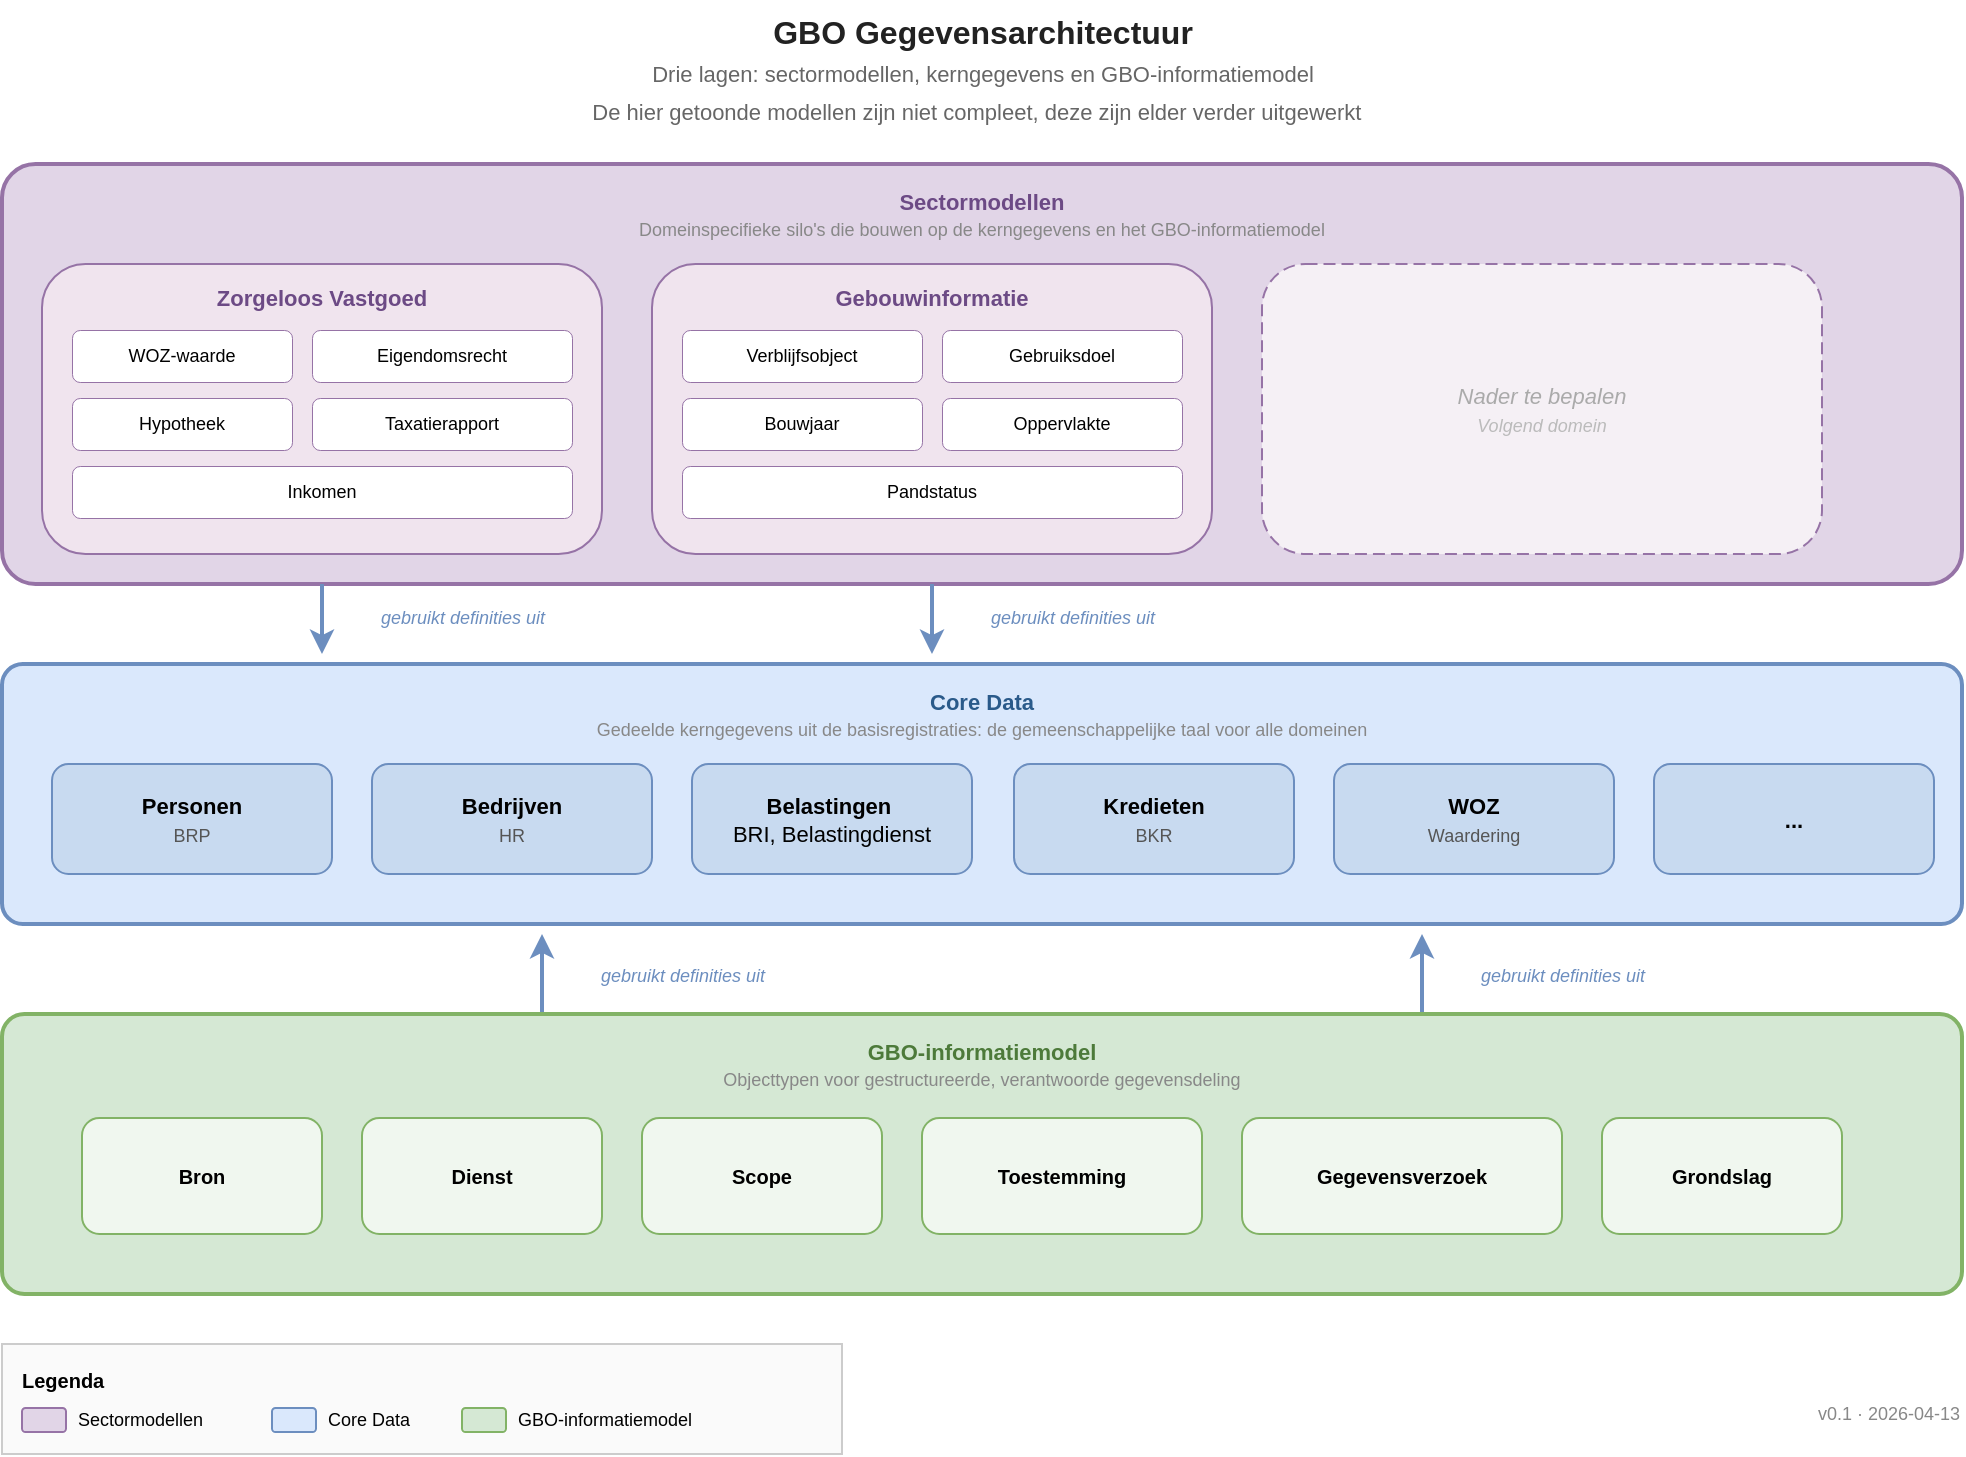
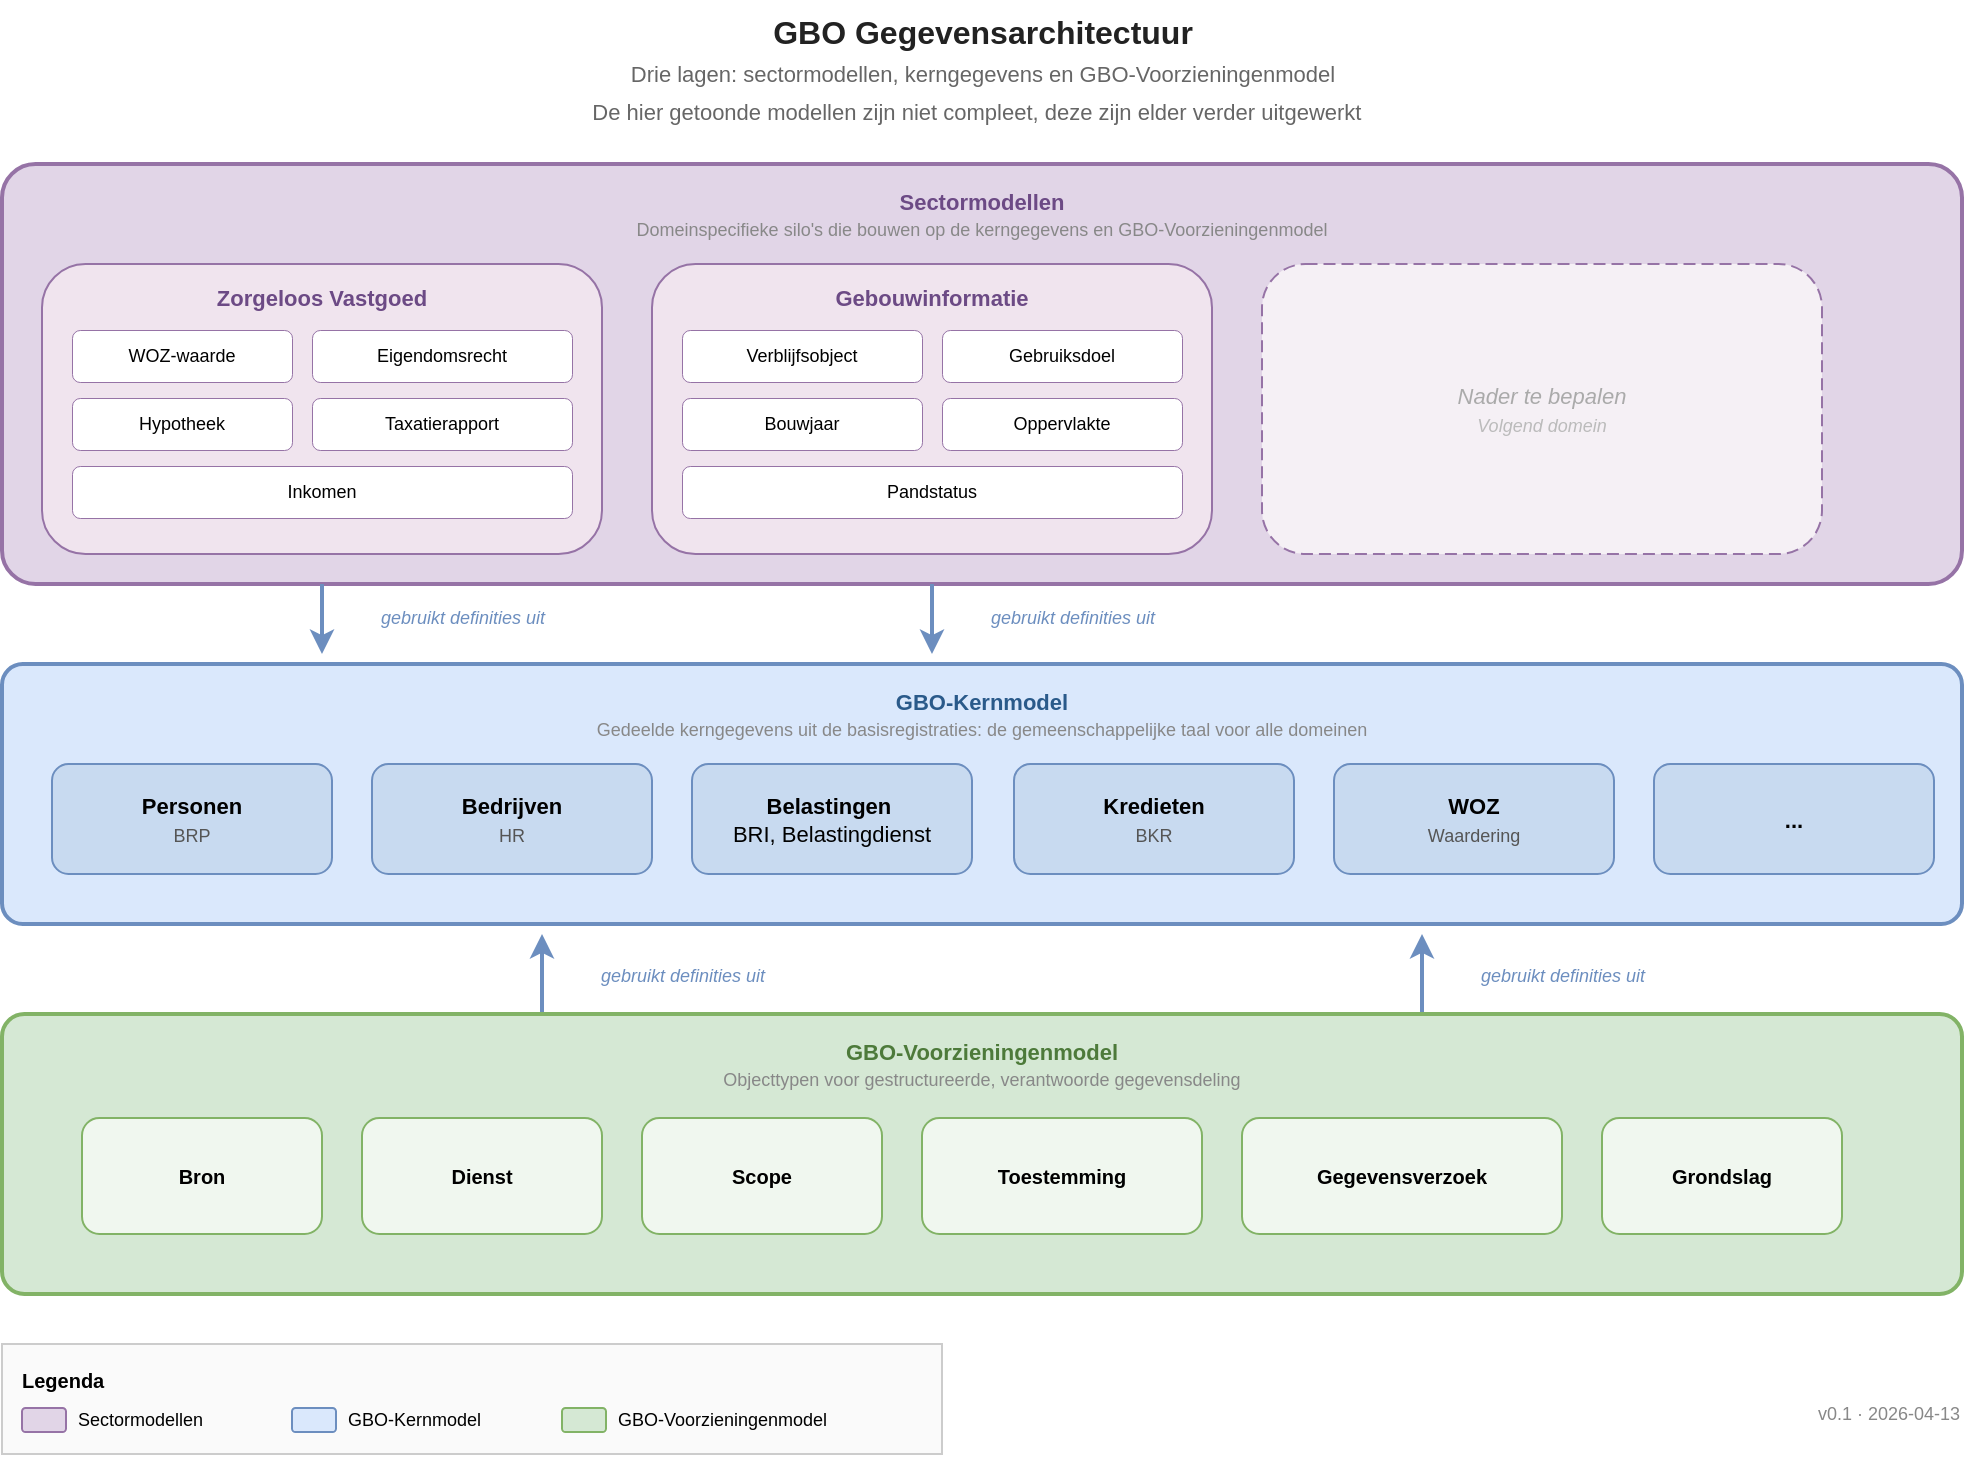
<mxfile host="Electron" agent="Mozilla/5.0 (Macintosh; Intel Mac OS X 10_15_7) AppleWebKit/537.36 (KHTML, like Gecko) draw.io/29.6.6 Chrome/144.0.7559.236 Electron/40.8.4 Safari/537.36">
  <diagram name="Gegevensarchitectuur" id="gbo-gegevensarchitectuur">
    <mxGraphModel dx="1006" dy="777" grid="1" gridSize="10" guides="1" tooltips="1" connect="1" arrows="1" fold="1" page="1" pageScale="1" pageWidth="1100" pageHeight="820" math="0" shadow="0">
      <root>
        <mxCell id="0" />
        <mxCell id="1" parent="0" />
-         <mxCell id="title" parent="1" style="text;html=1;align=center;verticalAlign=middle;resizable=0;points=[];autosize=1;strokeColor=none;fillColor=none;fontSize=16;fontColor=#222222;" value="&lt;b&gt;GBO Gegevensarchitectuur&lt;/b&gt;&lt;br&gt;&lt;font style=&quot;font-size:11px;color:#666&quot;&gt;Drie lagen: sectormodellen, kerngegevens en GBO-informatiemodel&lt;/font&gt;&lt;div&gt;&lt;font style=&quot;font-size:11px;color:#666&quot;&gt;De hier getoonde modellen zijn niet compleet, deze zijn elder verder uitgewerkt&amp;nbsp;&amp;nbsp;&lt;/font&gt;&lt;/div&gt;" vertex="1">
+         <mxCell id="title" parent="1" style="text;html=1;align=center;verticalAlign=middle;resizable=0;points=[];autosize=1;strokeColor=none;fillColor=none;fontSize=16;fontColor=#222222;" value="&lt;b&gt;GBO Gegevensarchitectuur&lt;/b&gt;&lt;br&gt;&lt;font style=&quot;font-size:11px;color:#666&quot;&gt;Drie lagen: sectormodellen, kerngegevens en GBO-Voorzieningenmodel&lt;/font&gt;&lt;div&gt;&lt;font style=&quot;font-size:11px;color:#666&quot;&gt;De hier getoonde modellen zijn niet compleet, deze zijn elder verder uitgewerkt&amp;nbsp;&amp;nbsp;&lt;/font&gt;&lt;/div&gt;" vertex="1">
          <mxGeometry height="70" width="410" x="345" y="11" as="geometry" />
        </mxCell>
-         <mxCell id="layer-sector" parent="1" style="rounded=1;whiteSpace=wrap;html=1;fillColor=#e1d5e7;strokeColor=#9673a6;strokeWidth=2;verticalAlign=top;fontSize=11;fontColor=#6c4a85;align=center;spacingTop=6;arcSize=8;" value="&lt;b&gt;Sectormodellen&lt;/b&gt;&lt;br&gt;&lt;font style=&quot;font-size:9px;color:#888&quot;&gt;Domeinspecifieke silo&#39;s die bouwen op de kerngegevens en het GBO-informatiemodel&lt;/font&gt;" vertex="1">
+         <mxCell id="layer-sector" parent="1" style="rounded=1;whiteSpace=wrap;html=1;fillColor=#e1d5e7;strokeColor=#9673a6;strokeWidth=2;verticalAlign=top;fontSize=11;fontColor=#6c4a85;align=center;spacingTop=6;arcSize=8;" value="&lt;b&gt;Sectormodellen&lt;/b&gt;&lt;br&gt;&lt;font style=&quot;font-size:9px;color:#888&quot;&gt;Domeinspecifieke silo&#39;s die bouwen op de kerngegevens en GBO-Voorzieningenmodel&lt;/font&gt;" vertex="1">
          <mxGeometry height="210" width="980" x="60" y="93" as="geometry" />
        </mxCell>
        <mxCell id="silo-zv" parent="1" style="rounded=1;whiteSpace=wrap;html=1;fillColor=#f0e4ee;strokeColor=#9673a6;strokeWidth=1;verticalAlign=top;fontSize=11;fontColor=#6c4a85;align=center;spacingTop=4;" value="&lt;b&gt;Zorgeloos Vastgoed&lt;/b&gt;" vertex="1">
          <mxGeometry height="145" width="280" x="80" y="143" as="geometry" />
        </mxCell>
        <mxCell id="zv-woz" parent="1" style="rounded=1;whiteSpace=wrap;html=1;fillColor=#ffffff;strokeColor=#9673a6;strokeWidth=0.5;verticalAlign=middle;fontSize=9;" value="WOZ-waarde" vertex="1">
          <mxGeometry height="26" width="110" x="95" y="176" as="geometry" />
        </mxCell>
        <mxCell id="zv-eigendom" parent="1" style="rounded=1;whiteSpace=wrap;html=1;fillColor=#ffffff;strokeColor=#9673a6;strokeWidth=0.5;verticalAlign=middle;fontSize=9;" value="Eigendomsrecht" vertex="1">
          <mxGeometry height="26" width="130" x="215" y="176" as="geometry" />
        </mxCell>
        <mxCell id="zv-hypotheek" parent="1" style="rounded=1;whiteSpace=wrap;html=1;fillColor=#ffffff;strokeColor=#9673a6;strokeWidth=0.5;verticalAlign=middle;fontSize=9;" value="Hypotheek" vertex="1">
          <mxGeometry height="26" width="110" x="95" y="210" as="geometry" />
        </mxCell>
        <mxCell id="zv-taxatie" parent="1" style="rounded=1;whiteSpace=wrap;html=1;fillColor=#ffffff;strokeColor=#9673a6;strokeWidth=0.5;verticalAlign=middle;fontSize=9;" value="Taxatierapport" vertex="1">
          <mxGeometry height="26" width="130" x="215" y="210" as="geometry" />
        </mxCell>
        <mxCell id="zv-energie" parent="1" style="rounded=1;whiteSpace=wrap;html=1;fillColor=#ffffff;strokeColor=#9673a6;strokeWidth=0.5;verticalAlign=middle;fontSize=9;" value="Inkomen" vertex="1">
          <mxGeometry height="26" width="250" x="95" y="244" as="geometry" />
        </mxCell>
        <mxCell id="silo-gi" parent="1" style="rounded=1;whiteSpace=wrap;html=1;fillColor=#f0e4ee;strokeColor=#9673a6;strokeWidth=1;verticalAlign=top;fontSize=11;fontColor=#6c4a85;align=center;spacingTop=4;" value="&lt;b&gt;Gebouwinformatie&lt;/b&gt;" vertex="1">
          <mxGeometry height="145" width="280" x="385" y="143" as="geometry" />
        </mxCell>
        <mxCell id="gi-verblijf" parent="1" style="rounded=1;whiteSpace=wrap;html=1;fillColor=#ffffff;strokeColor=#9673a6;strokeWidth=0.5;verticalAlign=middle;fontSize=9;" value="Verblijfsobject" vertex="1">
          <mxGeometry height="26" width="120" x="400" y="176" as="geometry" />
        </mxCell>
        <mxCell id="gi-gebruik" parent="1" style="rounded=1;whiteSpace=wrap;html=1;fillColor=#ffffff;strokeColor=#9673a6;strokeWidth=0.5;verticalAlign=middle;fontSize=9;" value="Gebruiksdoel" vertex="1">
          <mxGeometry height="26" width="120" x="530" y="176" as="geometry" />
        </mxCell>
        <mxCell id="gi-bouwjaar" parent="1" style="rounded=1;whiteSpace=wrap;html=1;fillColor=#ffffff;strokeColor=#9673a6;strokeWidth=0.5;verticalAlign=middle;fontSize=9;" value="Bouwjaar" vertex="1">
          <mxGeometry height="26" width="120" x="400" y="210" as="geometry" />
        </mxCell>
        <mxCell id="gi-opp" parent="1" style="rounded=1;whiteSpace=wrap;html=1;fillColor=#ffffff;strokeColor=#9673a6;strokeWidth=0.5;verticalAlign=middle;fontSize=9;" value="Oppervlakte" vertex="1">
          <mxGeometry height="26" width="120" x="530" y="210" as="geometry" />
        </mxCell>
        <mxCell id="gi-status" parent="1" style="rounded=1;whiteSpace=wrap;html=1;fillColor=#ffffff;strokeColor=#9673a6;strokeWidth=0.5;verticalAlign=middle;fontSize=9;" value="Pandstatus" vertex="1">
          <mxGeometry height="26" width="250" x="400" y="244" as="geometry" />
        </mxCell>
        <mxCell id="silo-ntb" parent="1" style="rounded=1;whiteSpace=wrap;html=1;fillColor=#f5f0f5;strokeColor=#9673a6;strokeWidth=1;dashed=1;dashPattern=6 3;verticalAlign=middle;fontSize=11;fontColor=#aaa;fontStyle=2;align=center;" value="Nader te bepalen&lt;br&gt;&lt;font style=&quot;font-size:9px;color:#bbb&quot;&gt;Volgend domein&lt;/font&gt;" vertex="1">
          <mxGeometry height="145" width="280" x="690" y="143" as="geometry" />
        </mxCell>
        <mxCell id="arrow-sc1" edge="1" parent="1" style="endArrow=classic;html=1;strokeColor=#6c8ebf;strokeWidth=2;">
          <mxGeometry relative="1" as="geometry">
            <mxPoint x="220" y="303" as="sourcePoint" />
            <mxPoint x="220" y="338" as="targetPoint" />
          </mxGeometry>
        </mxCell>
        <mxCell id="arrow-sc1-label" parent="1" style="text;html=1;align=center;verticalAlign=middle;strokeColor=none;fillColor=none;fontSize=9;fontColor=#6c8ebf;fontStyle=2;" value="gebruikt definities uit" vertex="1">
          <mxGeometry height="18" width="120" x="230" y="311" as="geometry" />
        </mxCell>
        <mxCell id="arrow-sc2" edge="1" parent="1" style="endArrow=classic;html=1;strokeColor=#6c8ebf;strokeWidth=2;">
          <mxGeometry relative="1" as="geometry">
            <mxPoint x="525" y="303" as="sourcePoint" />
            <mxPoint x="525" y="338" as="targetPoint" />
          </mxGeometry>
        </mxCell>
        <mxCell id="arrow-sc2-label" parent="1" style="text;html=1;align=center;verticalAlign=middle;strokeColor=none;fillColor=none;fontSize=9;fontColor=#6c8ebf;fontStyle=2;" value="gebruikt definities uit" vertex="1">
          <mxGeometry height="18" width="120" x="535" y="311" as="geometry" />
        </mxCell>
-         <mxCell id="layer-core" parent="1" style="rounded=1;whiteSpace=wrap;html=1;fillColor=#dae8fc;strokeColor=#6c8ebf;strokeWidth=2;verticalAlign=top;fontSize=11;fontColor=#2a5a8a;align=center;spacingTop=6;arcSize=8;" value="&lt;b&gt;Core Data&lt;/b&gt;&lt;br&gt;&lt;font style=&quot;font-size:9px;color:#888&quot;&gt;Gedeelde kerngegevens uit de basisregistraties: de gemeenschappelijke taal voor alle domeinen&lt;/font&gt;" vertex="1">
+         <mxCell id="layer-core" parent="1" style="rounded=1;whiteSpace=wrap;html=1;fillColor=#dae8fc;strokeColor=#6c8ebf;strokeWidth=2;verticalAlign=top;fontSize=11;fontColor=#2a5a8a;align=center;spacingTop=6;arcSize=8;" value="&lt;b&gt;GBO-Kernmodel&lt;/b&gt;&lt;br&gt;&lt;font style=&quot;font-size:9px;color:#888&quot;&gt;Gedeelde kerngegevens uit de basisregistraties: de gemeenschappelijke taal voor alle domeinen&lt;/font&gt;" vertex="1">
          <mxGeometry height="130" width="980" x="60" y="343" as="geometry" />
        </mxCell>
        <mxCell id="core-personen" parent="1" style="rounded=1;whiteSpace=wrap;html=1;fillColor=#c8daf0;strokeColor=#6c8ebf;strokeWidth=1;verticalAlign=middle;fontSize=11;" value="&lt;b&gt;Personen&lt;/b&gt;&lt;br&gt;&lt;font style=&quot;font-size:9px;color:#555&quot;&gt;BRP&lt;/font&gt;" vertex="1">
          <mxGeometry height="55" width="140" x="85" y="393" as="geometry" />
        </mxCell>
        <mxCell id="core-bedrijven" parent="1" style="rounded=1;whiteSpace=wrap;html=1;fillColor=#c8daf0;strokeColor=#6c8ebf;strokeWidth=1;verticalAlign=middle;fontSize=11;" value="&lt;b&gt;Bedrijven&lt;/b&gt;&lt;br&gt;&lt;font style=&quot;font-size:9px;color:#555&quot;&gt;HR&lt;/font&gt;" vertex="1">
          <mxGeometry height="55" width="140" x="245" y="393" as="geometry" />
        </mxCell>
        <mxCell id="core-panden" parent="1" style="rounded=1;whiteSpace=wrap;html=1;fillColor=#c8daf0;strokeColor=#6c8ebf;strokeWidth=1;verticalAlign=middle;fontSize=11;" value="&lt;b&gt;Belastingen&amp;nbsp;&lt;/b&gt;&lt;div&gt;BRI, Belastingdienst&lt;/div&gt;" vertex="1">
          <mxGeometry height="55" width="140" x="405" y="393" as="geometry" />
        </mxCell>
        <mxCell id="core-locaties" parent="1" style="rounded=1;whiteSpace=wrap;html=1;fillColor=#c8daf0;strokeColor=#6c8ebf;strokeWidth=1;verticalAlign=middle;fontSize=11;" value="&lt;b&gt;Kredieten&lt;/b&gt;&lt;br&gt;&lt;font style=&quot;font-size:9px;color:#555&quot;&gt;BKR&lt;/font&gt;" vertex="1">
          <mxGeometry height="55" width="140" x="566" y="393" as="geometry" />
        </mxCell>
        <mxCell id="core-woz" parent="1" style="rounded=1;whiteSpace=wrap;html=1;fillColor=#c8daf0;strokeColor=#6c8ebf;strokeWidth=1;verticalAlign=middle;fontSize=11;" value="&lt;b&gt;WOZ&lt;/b&gt;&lt;br&gt;&lt;font style=&quot;font-size:9px;color:#555&quot;&gt;Waardering&lt;/font&gt;" vertex="1">
          <mxGeometry height="55" width="140" x="726" y="393" as="geometry" />
        </mxCell>
        <mxCell id="arrow-gc1" edge="1" parent="1" style="endArrow=classic;html=1;strokeColor=#6c8ebf;strokeWidth=2;">
          <mxGeometry relative="1" as="geometry">
            <mxPoint x="330" y="518" as="sourcePoint" />
            <mxPoint x="330" y="478" as="targetPoint" />
          </mxGeometry>
        </mxCell>
        <mxCell id="arrow-gc1-label" parent="1" style="text;html=1;align=center;verticalAlign=middle;strokeColor=none;fillColor=none;fontSize=9;fontColor=#6c8ebf;fontStyle=2;" value="gebruikt definities uit" vertex="1">
          <mxGeometry height="18" width="120" x="340" y="490" as="geometry" />
        </mxCell>
        <mxCell id="arrow-gc2" edge="1" parent="1" style="endArrow=classic;html=1;strokeColor=#6c8ebf;strokeWidth=2;">
          <mxGeometry relative="1" as="geometry">
            <mxPoint x="770" y="518" as="sourcePoint" />
            <mxPoint x="770" y="478" as="targetPoint" />
          </mxGeometry>
        </mxCell>
        <mxCell id="arrow-gc2-label" parent="1" style="text;html=1;align=center;verticalAlign=middle;strokeColor=none;fillColor=none;fontSize=9;fontColor=#6c8ebf;fontStyle=2;" value="gebruikt definities uit" vertex="1">
          <mxGeometry height="18" width="120" x="780" y="490" as="geometry" />
        </mxCell>
-         <mxCell id="layer-gbo" parent="1" style="rounded=1;whiteSpace=wrap;html=1;fillColor=#d5e8d4;strokeColor=#82b366;strokeWidth=2;verticalAlign=top;fontSize=11;fontColor=#4d7a3a;align=center;spacingTop=6;arcSize=8;" value="&lt;b&gt;GBO-informatiemodel&lt;/b&gt;&lt;br&gt;&lt;font style=&quot;font-size:9px;color:#888&quot;&gt;Objecttypen voor gestructureerde, verantwoorde gegevensdeling&lt;/font&gt;" vertex="1">
+         <mxCell id="layer-gbo" parent="1" style="rounded=1;whiteSpace=wrap;html=1;fillColor=#d5e8d4;strokeColor=#82b366;strokeWidth=2;verticalAlign=top;fontSize=11;fontColor=#4d7a3a;align=center;spacingTop=6;arcSize=8;" value="&lt;b&gt;GBO-Voorzieningenmodel&lt;/b&gt;&lt;br&gt;&lt;font style=&quot;font-size:9px;color:#888&quot;&gt;Objecttypen voor gestructureerde, verantwoorde gegevensdeling&lt;/font&gt;" vertex="1">
          <mxGeometry height="140" width="980" x="60" y="518" as="geometry" />
        </mxCell>
        <mxCell id="gbo-bron" parent="1" style="rounded=1;whiteSpace=wrap;html=1;fillColor=#f0f7ef;strokeColor=#82b366;strokeWidth=1;verticalAlign=middle;fontSize=10;" value="&lt;b&gt;Bron&lt;/b&gt;" vertex="1">
          <mxGeometry height="58" width="120" x="100" y="570" as="geometry" />
        </mxCell>
        <mxCell id="gbo-dienst" parent="1" style="rounded=1;whiteSpace=wrap;html=1;fillColor=#f0f7ef;strokeColor=#82b366;strokeWidth=1;verticalAlign=middle;fontSize=10;" value="&lt;b&gt;Dienst&lt;/b&gt;" vertex="1">
          <mxGeometry height="58" width="120" x="240" y="570" as="geometry" />
        </mxCell>
        <mxCell id="gbo-scope" parent="1" style="rounded=1;whiteSpace=wrap;html=1;fillColor=#f0f7ef;strokeColor=#82b366;strokeWidth=1;verticalAlign=middle;fontSize=10;" value="&lt;b&gt;Scope&lt;/b&gt;" vertex="1">
          <mxGeometry height="58" width="120" x="380" y="570" as="geometry" />
        </mxCell>
        <mxCell id="gbo-toestemming" parent="1" style="rounded=1;whiteSpace=wrap;html=1;fillColor=#f0f7ef;strokeColor=#82b366;strokeWidth=1;verticalAlign=middle;fontSize=10;" value="&lt;b&gt;Toestemming&lt;/b&gt;" vertex="1">
          <mxGeometry height="58" width="140" x="520" y="570" as="geometry" />
        </mxCell>
        <mxCell id="gbo-verzoek" parent="1" style="rounded=1;whiteSpace=wrap;html=1;fillColor=#f0f7ef;strokeColor=#82b366;strokeWidth=1;verticalAlign=middle;fontSize=10;" value="&lt;b&gt;Gegevensverzoek&lt;/b&gt;" vertex="1">
          <mxGeometry height="58" width="160" x="680" y="570" as="geometry" />
        </mxCell>
        <mxCell id="gbo-grondslag" parent="1" style="rounded=1;whiteSpace=wrap;html=1;fillColor=#f0f7ef;strokeColor=#82b366;strokeWidth=1;verticalAlign=middle;fontSize=10;" value="&lt;b&gt;Grondslag&lt;/b&gt;" vertex="1">
          <mxGeometry height="58" width="120" x="860" y="570" as="geometry" />
        </mxCell>
        <mxCell id="legend-box" parent="1" style="rounded=0;whiteSpace=wrap;html=1;fillColor=#fafafa;strokeColor=#cccccc;strokeWidth=1;verticalAlign=top;align=left;fontSize=10;spacingLeft=8;spacingTop=6;" value="&lt;b&gt;Legenda&lt;/b&gt;" vertex="1">
-           <mxGeometry height="55" width="420" x="60" y="683" as="geometry" />
+           <mxGeometry height="55" width="470" x="60" y="683" as="geometry" />
        </mxCell>
        <mxCell id="leg1" parent="1" style="rounded=1;whiteSpace=wrap;html=1;fillColor=#e1d5e7;strokeColor=#9673a6;strokeWidth=1;fontSize=9;" value="" vertex="1">
          <mxGeometry height="12" width="22" x="70" y="715" as="geometry" />
        </mxCell>
        <mxCell id="leg1t" parent="1" style="text;html=1;align=left;verticalAlign=middle;strokeColor=none;fillColor=none;fontSize=9;" value="Sectormodellen" vertex="1">
-           <mxGeometry height="20" width="85" x="96" y="711" as="geometry" />
+           <mxGeometry height="20" width="95" x="96" y="711" as="geometry" />
        </mxCell>
        <mxCell id="leg2" parent="1" style="rounded=1;whiteSpace=wrap;html=1;fillColor=#dae8fc;strokeColor=#6c8ebf;strokeWidth=1;fontSize=9;" value="" vertex="1">
-           <mxGeometry height="12" width="22" x="195" y="715" as="geometry" />
+           <mxGeometry height="12" width="22" x="205" y="715" as="geometry" />
        </mxCell>
-         <mxCell id="leg2t" parent="1" style="text;html=1;align=left;verticalAlign=middle;strokeColor=none;fillColor=none;fontSize=9;" value="Core Data" vertex="1">
-           <mxGeometry height="20" width="65" x="221" y="711" as="geometry" />
+         <mxCell id="leg2t" parent="1" style="text;html=1;align=left;verticalAlign=middle;strokeColor=none;fillColor=none;fontSize=9;" value="GBO-Kernmodel" vertex="1">
+           <mxGeometry height="20" width="95" x="231" y="711" as="geometry" />
        </mxCell>
        <mxCell id="leg3" parent="1" style="rounded=1;whiteSpace=wrap;html=1;fillColor=#d5e8d4;strokeColor=#82b366;strokeWidth=1;fontSize=9;" value="" vertex="1">
-           <mxGeometry height="12" width="22" x="290" y="715" as="geometry" />
+           <mxGeometry height="12" width="22" x="340" y="715" as="geometry" />
        </mxCell>
-         <mxCell id="leg3t" parent="1" style="text;html=1;align=left;verticalAlign=middle;strokeColor=none;fillColor=none;fontSize=9;" value="GBO-informatiemodel" vertex="1">
-           <mxGeometry height="20" width="120" x="316" y="711" as="geometry" />
+         <mxCell id="leg3t" parent="1" style="text;html=1;align=left;verticalAlign=middle;strokeColor=none;fillColor=none;fontSize=9;" value="GBO-Voorzieningenmodel" vertex="1">
+           <mxGeometry height="20" width="150" x="366" y="711" as="geometry" />
        </mxCell>
        <mxCell id="version" parent="1" style="text;html=1;align=right;verticalAlign=middle;strokeColor=none;fillColor=none;fontSize=9;fontColor=#888888;" value="v0.1 &amp;middot; 2026-04-13" vertex="1">
          <mxGeometry height="20" width="160" x="880" y="708" as="geometry" />
        </mxCell>
        <mxCell id="Il_0T0UKi9FZB3m0dXk6-1" parent="1" style="rounded=1;whiteSpace=wrap;html=1;fillColor=#c8daf0;strokeColor=#6c8ebf;strokeWidth=1;verticalAlign=middle;fontSize=11;" value="&lt;b&gt;...&lt;/b&gt;" vertex="1">
          <mxGeometry height="55" width="140" x="886" y="393" as="geometry" />
        </mxCell>
      </root>
    </mxGraphModel>
  </diagram>
</mxfile>
